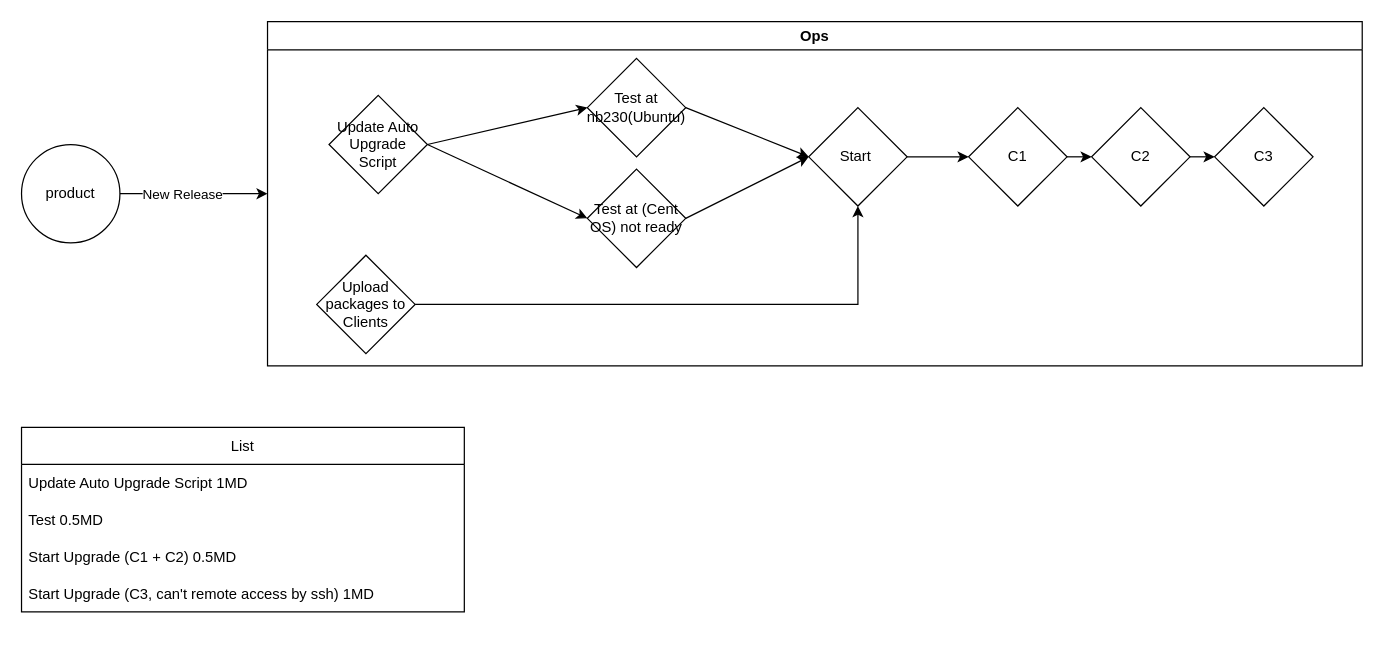
Earlier version of the draw.io diagram upgrade flow.drawio (QAlexBall/diagrams). Source tidied: cells renumbered, new cells numbered last; positions are measured from the earlier drawing's top-left corner, leaving out a move shared by most shapes. Both pictures are drawn from the tidied source at 123%, with x=0, y=0 at pixel (21, 21).
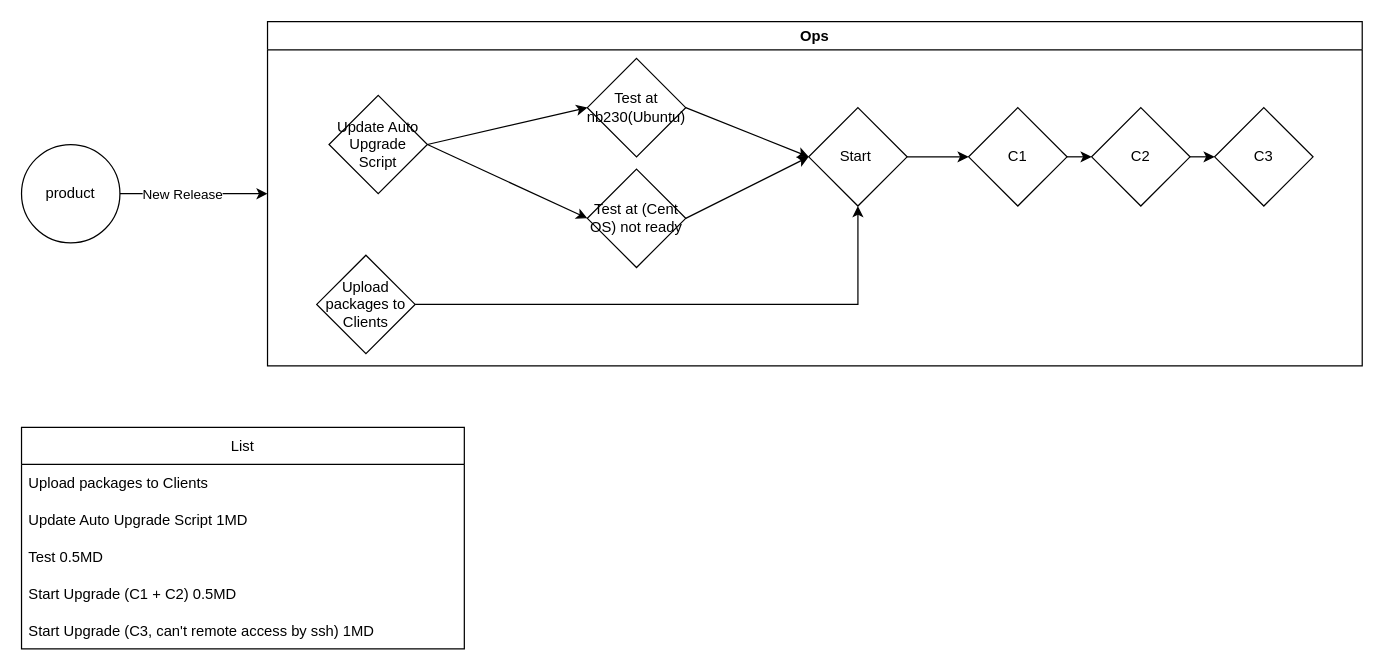
Above is the later version.

The edit, as a diff of the source:
```diff
@@
     <mxCell id="22" value="List" style="swimlane;fontStyle=0;horizontal=1;startSize=30;" parent="1" vertex="1">
-      <mxGeometry y="330" width="360" height="150" as="geometry" />
+      <mxGeometry y="330" width="360" height="180" as="geometry" />
     </mxCell>
+    <mxCell id="27" value="Upload packages to Clients" style="text;strokeColor=none;fillColor=none;align=left;verticalAlign=middle;spacingLeft=4;spacingRight=4;overflow=hidden;" parent="22" vertex="1">
+      <mxGeometry y="30" width="360" height="30" as="geometry" />
+    </mxCell>
     <mxCell id="23" value="Update Auto Upgrade Script 1MD" style="text;strokeColor=none;fillColor=none;align=left;verticalAlign=middle;spacingLeft=4;spacingRight=4;overflow=hidden;" parent="22" vertex="1">
-      <mxGeometry y="30" width="360" height="30" as="geometry" />
+      <mxGeometry y="60" width="360" height="30" as="geometry" />
     </mxCell>
     <mxCell id="24" value="Test 0.5MD" style="text;strokeColor=none;fillColor=none;align=left;verticalAlign=middle;spacingLeft=4;spacingRight=4;overflow=hidden;" parent="22" vertex="1">
-      <mxGeometry y="60" width="360" height="30" as="geometry" />
+      <mxGeometry y="90" width="360" height="30" as="geometry" />
     </mxCell>
     <mxCell id="25" value="Start Upgrade (C1 + C2) 0.5MD" style="text;strokeColor=none;fillColor=none;align=left;verticalAlign=middle;spacingLeft=4;spacingRight=4;overflow=hidden;" parent="22" vertex="1">
-      <mxGeometry y="90" width="360" height="30" as="geometry" />
+      <mxGeometry y="120" width="360" height="30" as="geometry" />
     </mxCell>
     <mxCell id="26" value="Start Upgrade (C3, can't remote access by ssh) 1MD" style="text;strokeColor=none;fillColor=none;align=left;verticalAlign=middle;spacingLeft=4;spacingRight=4;overflow=hidden;" parent="22" vertex="1">
-      <mxGeometry y="120" width="360" height="30" as="geometry" />
+      <mxGeometry y="150" width="360" height="30" as="geometry" />
     </mxCell>
```
